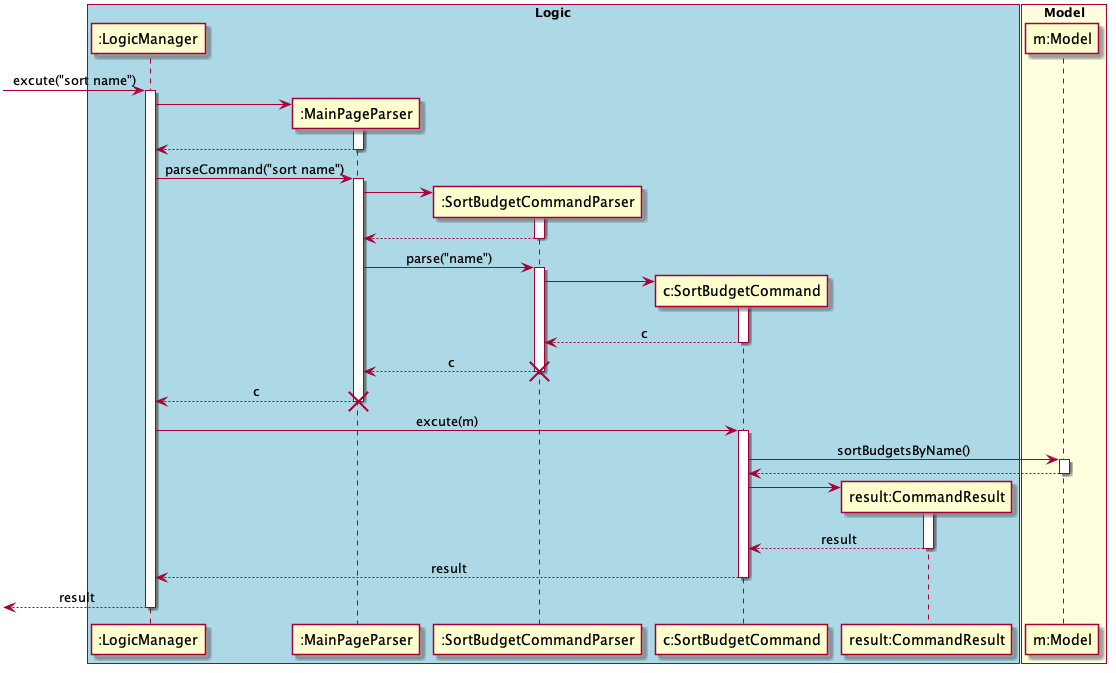
Before: docs/diagrams/commandsPlantUML/diagram/SortBudgetCommand.png, a diagram exported from PlantUML (yu-ming-chen/tp). Its diagram source:
```plantuml
@startuml
skinparam Sequence {
    MessageAlign center
}
box "Logic" #LightBlue
participant ":LogicManager" as LM
participant ":MainPageParser" as MPP
participant ":SortBudgetCommandParser" as SBCP
participant "c:SortBudgetCommand" as SBC
participant "result:CommandResult" as CR

end box

box "Model" #LightYellow
participant "m:Model" as M
end box

[-> LM : excute("sort name")
activate LM
create MPP
LM -> MPP
activate MPP
LM <-- MPP
deactivate MPP
LM -> MPP : parseCommand("sort name")
activate MPP

create SBCP
MPP -> SBCP
activate SBCP
MPP <-- SBCP
deactivate SBCP
MPP -> SBCP : parse("name")
activate SBCP

create SBC
SBCP -> SBC
activate SBC
SBCP <-- SBC : c
deactivate SBC
MPP <-- SBCP : c
destroy SBCP

deactivate SBCP
LM <-- MPP : c
deactivate MPP
destroy MPP


LM -> SBC: excute(m)
activate SBC
SBC -> M : sortBudgetsByName()
activate M
SBC <-- M
deactivate M

create CR
SBC -> CR
activate CR
SBC <-- CR : result
deactivate CR

LM <-- SBC: result
deactivate SBC
[<-- LM: result
deactivate LM

@enduml
```
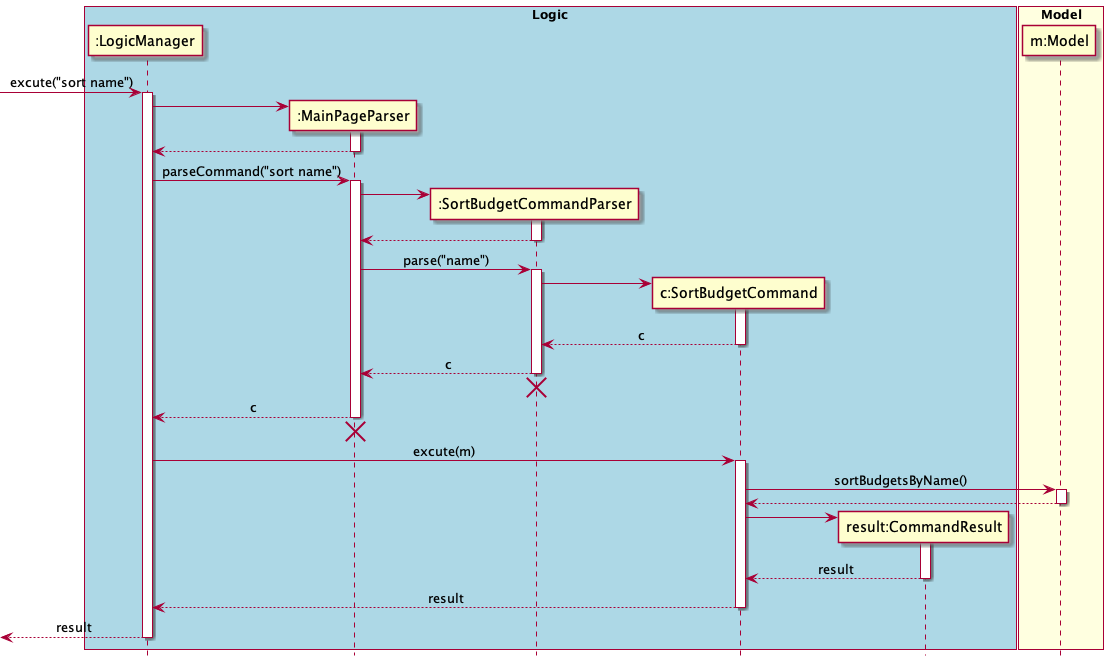
After the commit.

The edit, as a diff of the source:
```diff
@@ -2,6 +2,7 @@
 skinparam Sequence {
     MessageAlign center
 }
+hide footbox
 box "Logic" #LightBlue
 participant ":LogicManager" as LM
 participant ":MainPageParser" as MPP
@@ -39,11 +40,14 @@
 SBCP <-- SBC : c
 deactivate SBC
 MPP <-- SBCP : c
+deactivate SBCP
+MPP <-[hidden]- SBCP
 destroy SBCP
 
 deactivate SBCP
 LM <-- MPP : c
 deactivate MPP
+LM <-[hidden]- MPP
 destroy MPP
 
 
```
